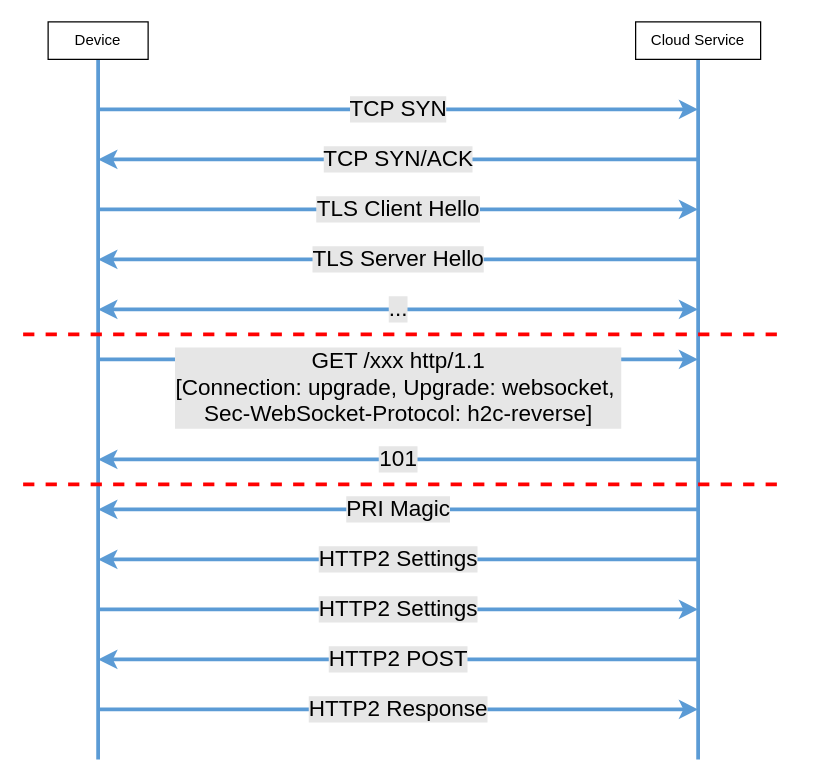
The draw.io diagram doc/media/Uplink/Websocket-Upgrade.drawio in onvif/specs, before the edit. Source tidied: cells renumbered, new cells numbered last; positions are measured from the earlier drawing's top-left corner, leaving out a move shared by most shapes. Both pictures are drawn from the tidied source at 125%, with x=0, y=0 at pixel (22, 21).
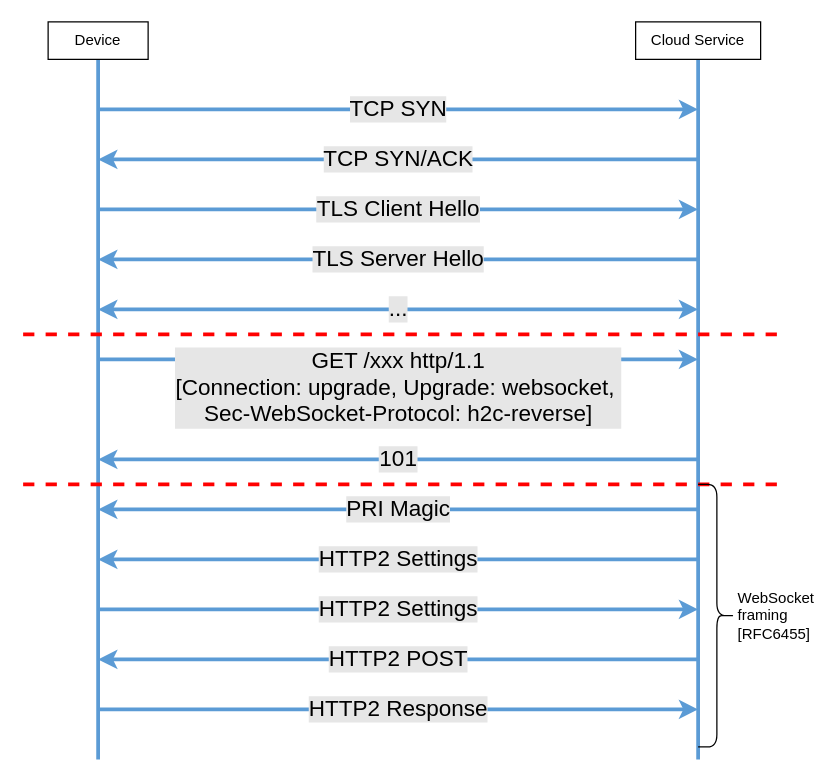
Above is the later version.

Commit message (it also covers changes not shown here):
Update description for WebSocket

Diff of the diagram source:
```diff
@@
+    <mxCell id="20" value="WebSocket&lt;br&gt;framing&lt;br&gt;[RFC6455]" style="shape=curlyBracket;whiteSpace=wrap;html=1;rounded=1;flipH=1;labelPosition=right;verticalLabelPosition=middle;align=left;verticalAlign=middle;" parent="1" vertex="1">
+      <mxGeometry x="540" y="370" width="30" height="210" as="geometry" />
+    </mxCell>
```
